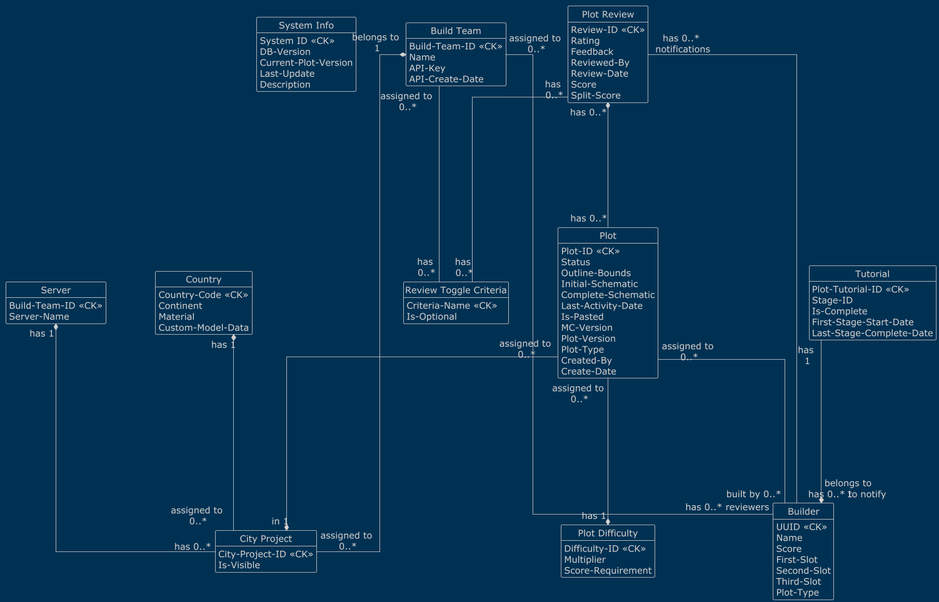
This is conceptual-db.png from AlpsBTE/Plot-System-DB, a PlantUML export, as it was before one commit.
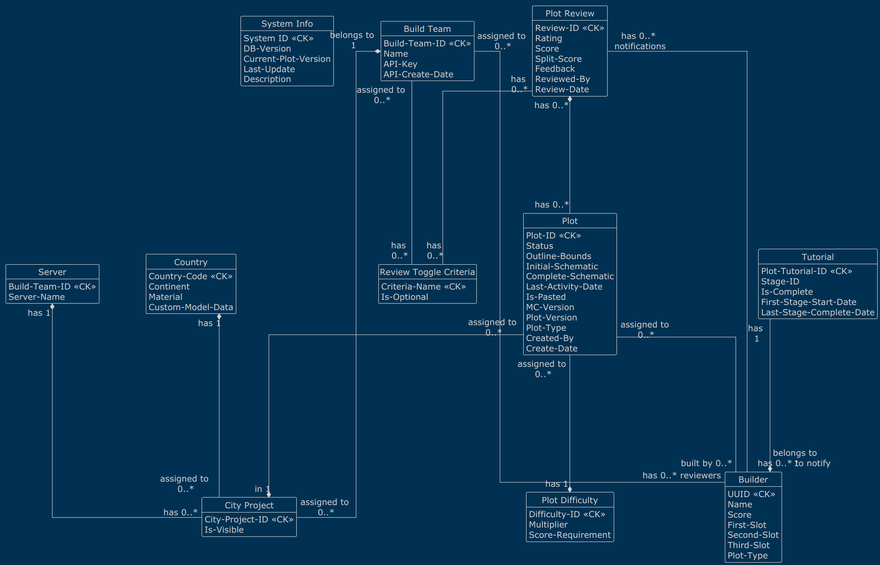
The same file after the commit.

Diff of the diagram source:
```diff
@@ -83,11 +83,11 @@
 entity "Plot Review" as plot_review {
     Review-ID <<CK>>
     Rating
+    Score
+    Split-Score
     Feedback
     Reviewed-By
     Review-Date
-    Score
-    Split-Score
 }
 
 entity "Review Toggle Criteria" as review_toggle_criteria {
```
